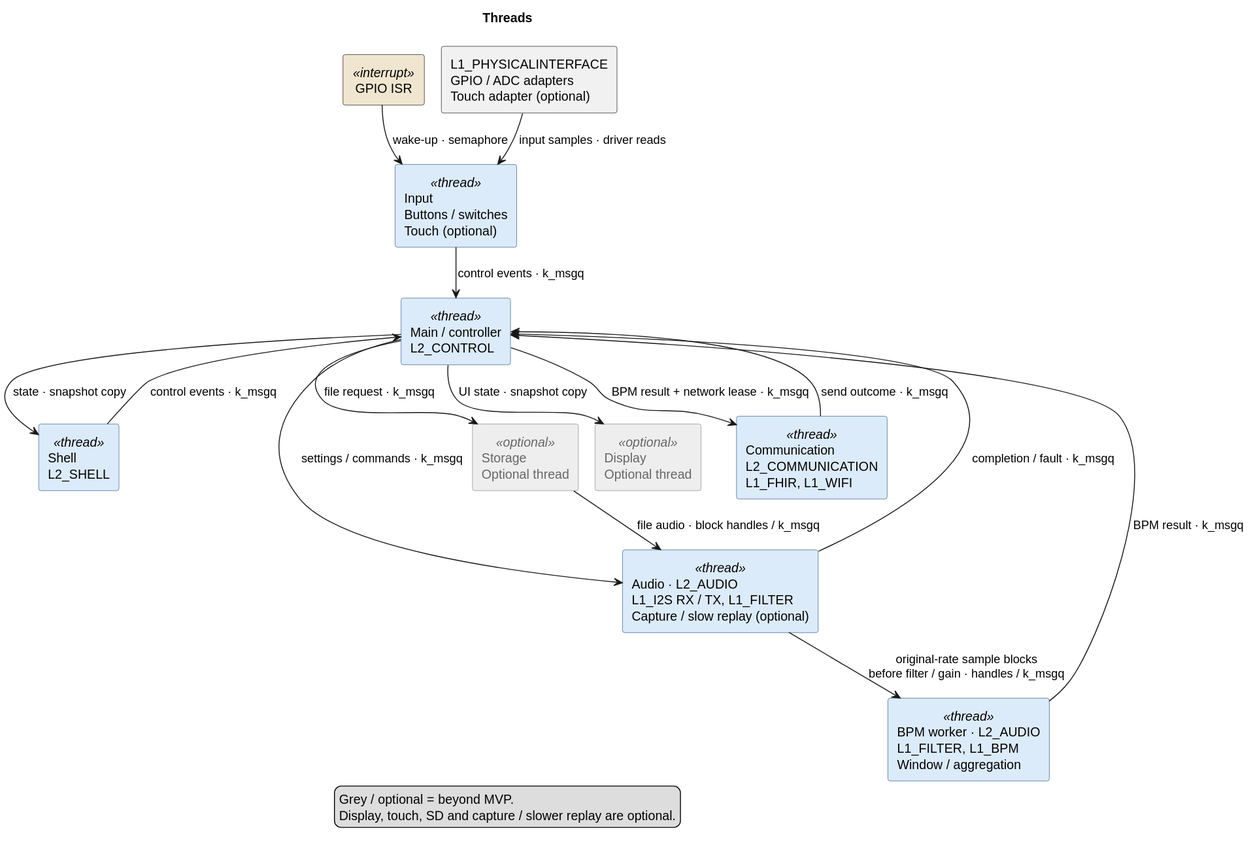
Before: Development/system/architecture/rendered/runtime_ownership.svg, a diagram exported from PlantUML (DemonicPsychoII/DigitalStethoscope).
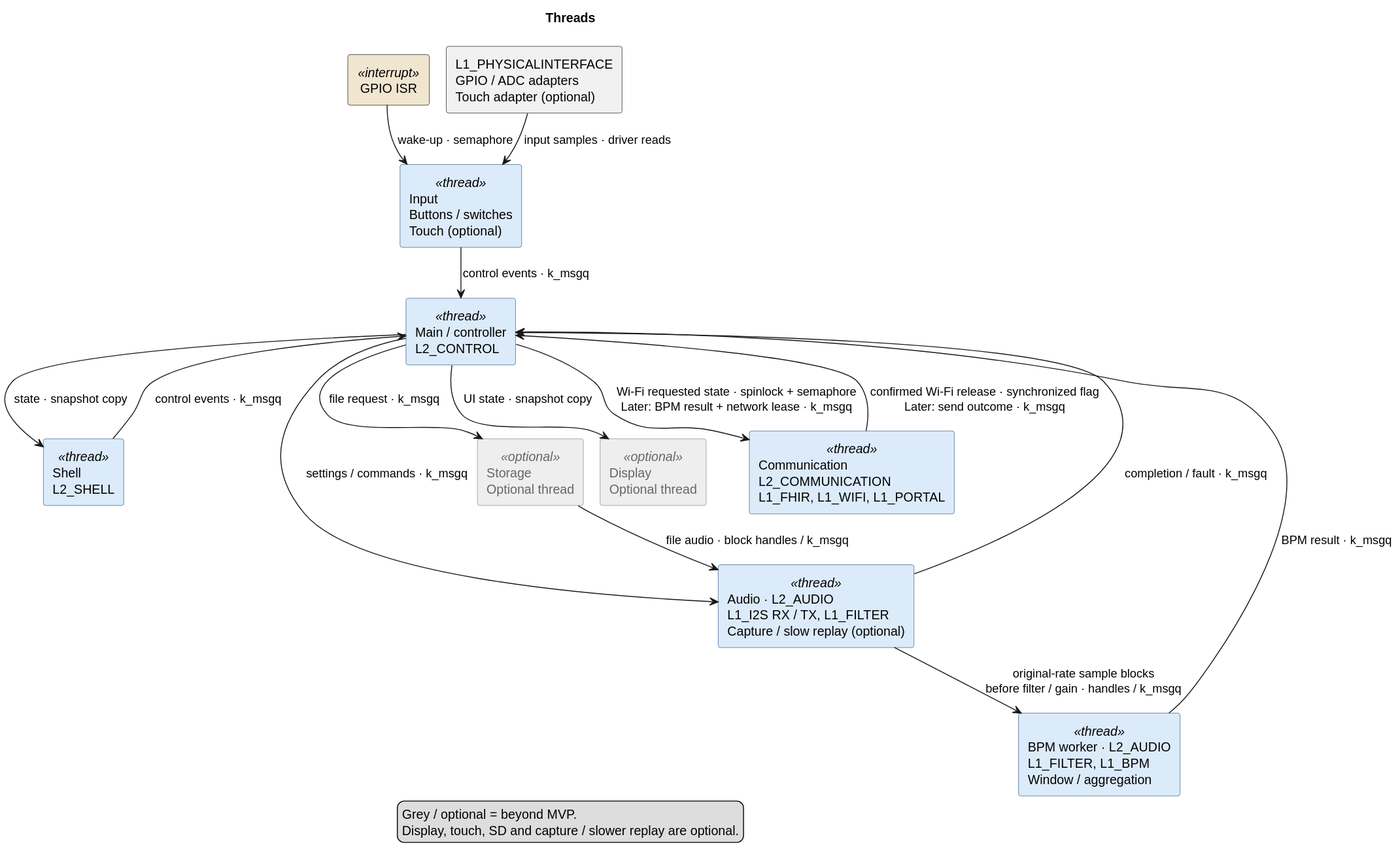
The same diagram one commit later.

Change to the diagram source:
```diff
@@ -29,7 +29,7 @@
 component "BPM worker · L2_AUDIO\nL1_FILTER, L1_BPM\nWindow / aggregation" as bpm <<thread>>
 component "Storage\nOptional thread" as storage <<optional>>
 component "Display\nOptional thread" as display <<optional>>
-component "Communication\nL2_COMMUNICATION\nL1_FHIR, L1_WIFI" as net <<thread>>
+component "Communication\nL2_COMMUNICATION\nL1_FHIR, L1_WIFI, L1_PORTAL" as net <<thread>>
 irq --> inp : wake-up · semaphore
 adapters --> inp : input samples · driver reads
 inp --> ctl : control events · k_msgq
@@ -42,8 +42,8 @@
 ctl --> storage : file request · k_msgq
 storage --> audio : file audio · block handles / k_msgq
 ctl --> display : UI state · snapshot copy
-ctl --> net : BPM result + network lease · k_msgq
-net --> ctl : send outcome · k_msgq
+ctl --> net : Wi-Fi requested state · spinlock + semaphore\nLater: BPM result + network lease · k_msgq
+net --> ctl : confirmed Wi-Fi release · synchronized flag\nLater: send outcome · k_msgq
 legend bottom
   Grey / optional = beyond MVP.
   Display, touch, SD and capture / slower replay are optional.
```
